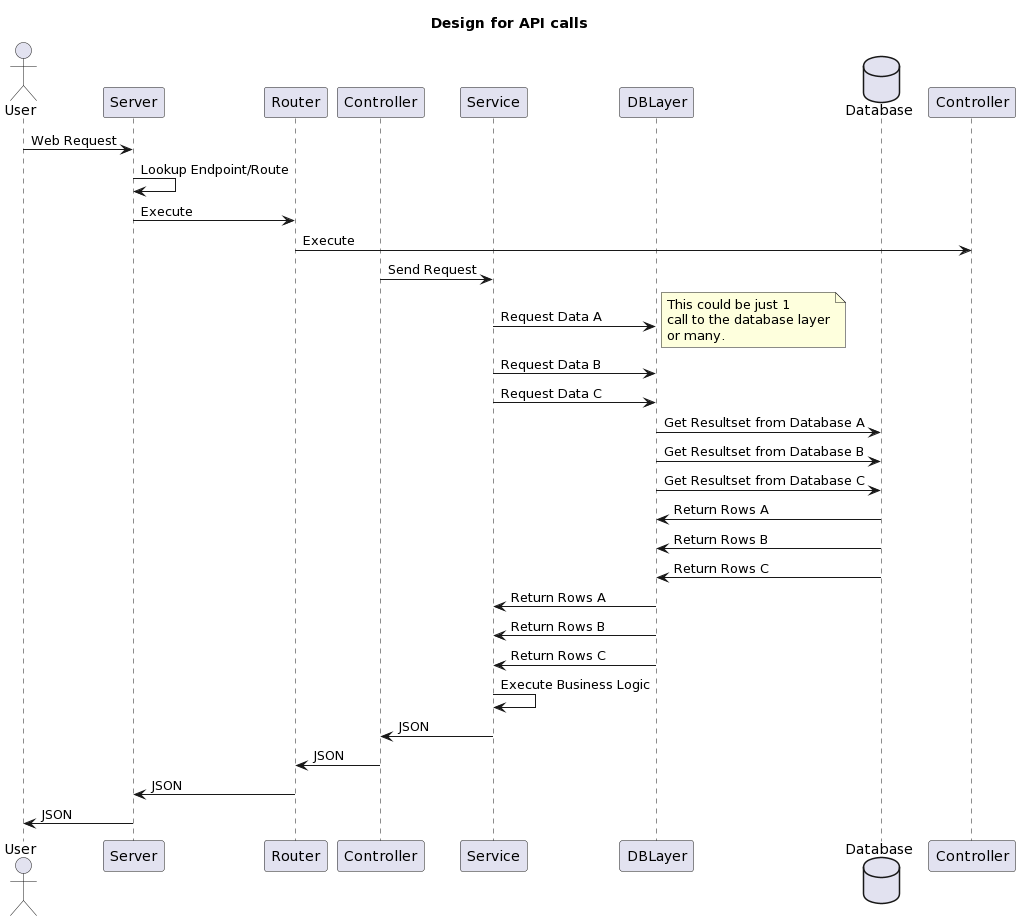
Before: docs/api_seq.png, a diagram exported from PlantUML (fstarsinic/node1).
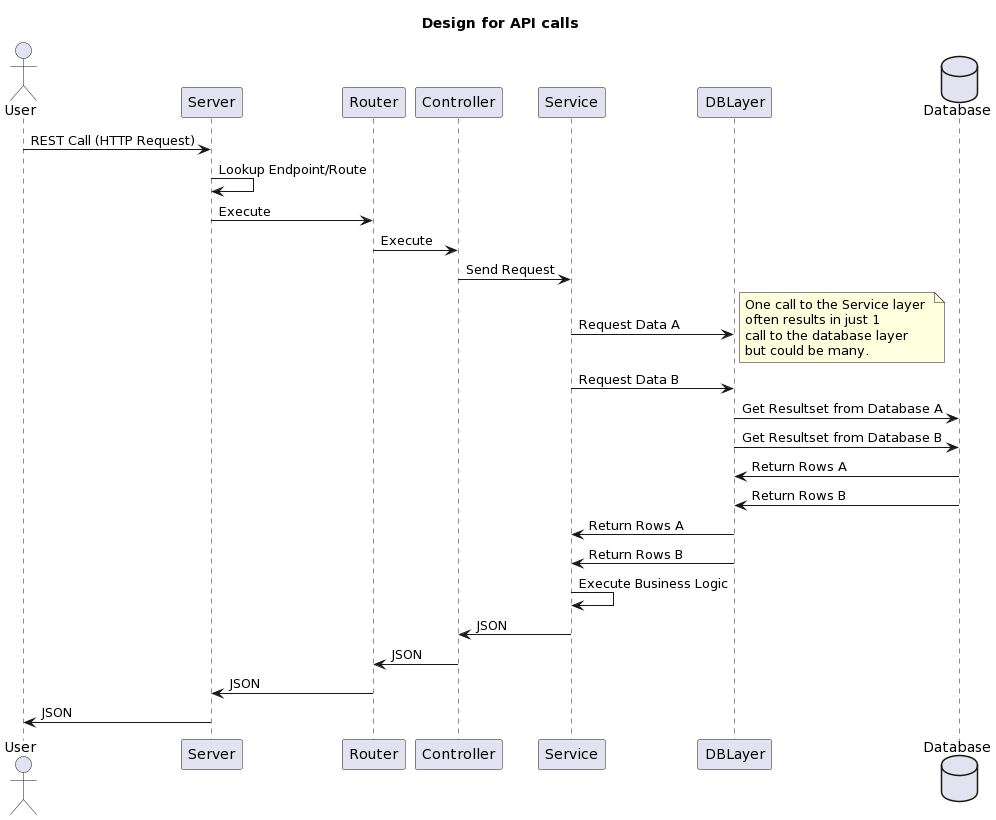
Above is the later version.

The edit, as a diff of the source:
```diff
@@ -8,32 +8,29 @@
 participant DBLayer as Model
 database    Database    as DB
 
-User -> Webserver : Web Request
+User -> Webserver : REST Call (HTTP Request)
 Webserver -> Webserver: Lookup Endpoint/Route
 Webserver -> Router: Execute
-Router -> Controller: Execute
+Router -> Cnt: Execute
 Cnt -> Svc: Send Request
 
 Svc -> Model: Request Data A
 note right
-This could be just 1
+One call to the Service layer
+often results in just 1
 call to the database layer
-or many.
+but could be many.
 end note
 Svc -> Model: Request Data B
-Svc -> Model: Request Data C
 
 Model -> DB: Get Resultset from Database A
 Model -> DB: Get Resultset from Database B
-Model -> DB: Get Resultset from Database C
 
 DB -> Model: Return Rows A
 DB -> Model: Return Rows B
-DB -> Model: Return Rows C
 
 Model -> Svc: Return Rows A
 Model -> Svc: Return Rows B
-Model -> Svc: Return Rows C
 
 Svc -> Svc: Execute Business Logic
 Svc -> Cnt: JSON
```
